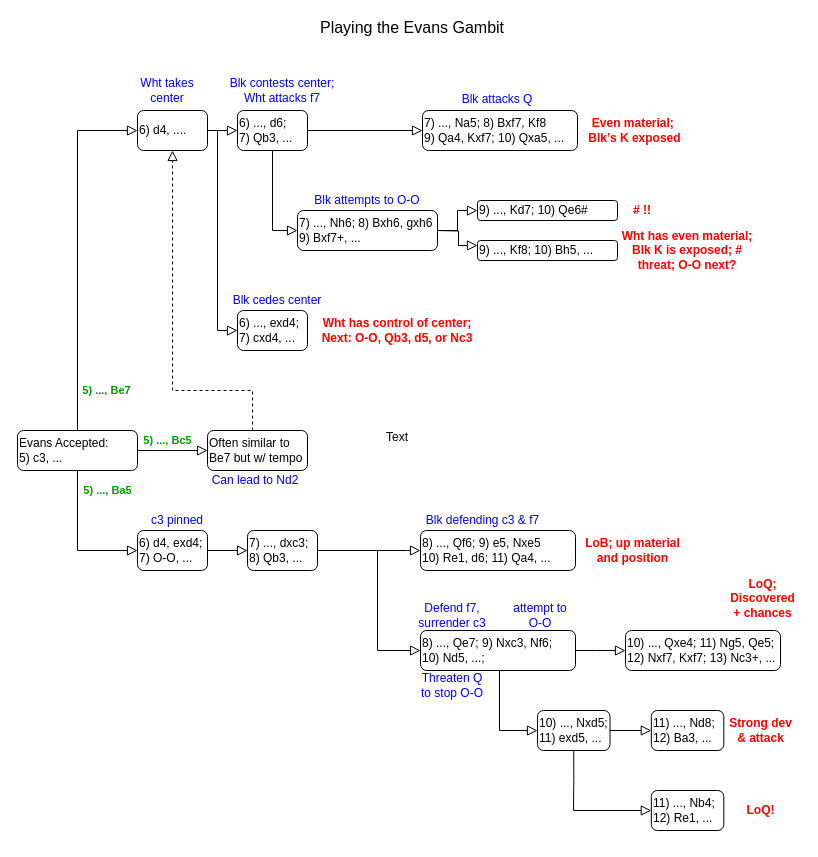
This is Evans - 20200628 v01.drawio from tsnellgrove/draw.io, a draw.io file, before an edit. Source tidied: cells renumbered, new cells numbered last; positions are measured from the earlier drawing's top-left corner, leaving out a move shared by most shapes. Both pictures are drawn from the tidied source at 100%, with x=0, y=0 at pixel (17, 17).
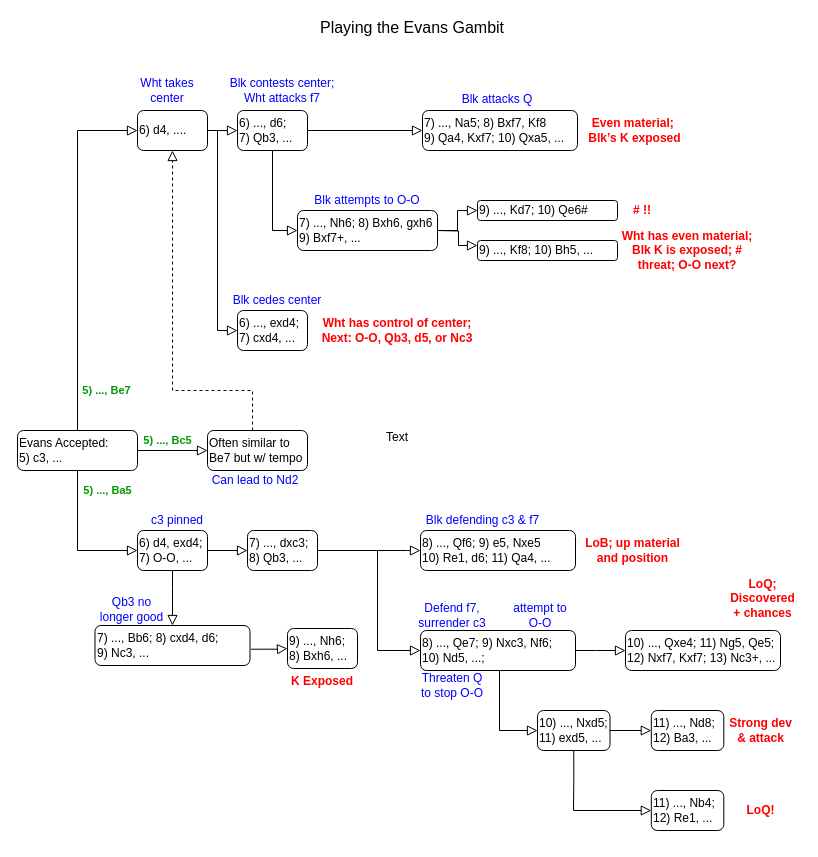
The same page after the edit.

Unchanged cells that the change refers to:
```xml
<mxCell id="30" value="&lt;div&gt;6) d4, exd4;&lt;/div&gt;&lt;div&gt;7) O-O, ...&lt;br&gt; &lt;/div&gt;" style="rounded=1;whiteSpace=wrap;html=1;fontSize=12;glass=0;strokeWidth=1;shadow=0;align=left;" parent="1" vertex="1">
  <mxGeometry x="120" y="513" width="70" height="40" as="geometry" />
</mxCell>
```

Change to the diagram source:
```diff
@@
+    <mxCell id="57" value="7) ..., Bb6; 8) cxd4, d6;&lt;br&gt;9) Nc3, ..." style="rounded=1;whiteSpace=wrap;html=1;fontSize=12;glass=0;strokeWidth=1;shadow=0;align=left;" parent="1" vertex="1">
+      <mxGeometry x="77.5" y="608" width="155" height="40" as="geometry" />
+    </mxCell>
+    <mxCell id="58" style="rounded=0;html=1;jettySize=auto;fontSize=11;endArrow=block;endFill=0;endSize=8;strokeWidth=1;shadow=0;labelBackgroundColor=none;edgeStyle=orthogonalEdgeStyle;exitX=0.5;exitY=1;exitDx=0;exitDy=0;entryX=0.5;entryY=0;entryDx=0;entryDy=0;" parent="1" edge="1" source="30" target="57">
+      <mxGeometry relative="1" as="geometry">
+        <Array as="points">
+          <mxPoint x="155" y="570" />
+          <mxPoint x="155" y="570" />
+        </Array>
+      </mxGeometry>
+    </mxCell>
+    <mxCell id="59" value="Qb3 no longer good" style="text;html=1;strokeColor=none;fillColor=none;align=center;verticalAlign=middle;whiteSpace=wrap;rounded=0;fontColor=#0000FF;" parent="1" vertex="1">
+      <mxGeometry x="77.5" y="582" width="72.5" height="20" as="geometry" />
+    </mxCell>
+    <mxCell id="60" value="&lt;div&gt;9) ..., Nh6;&lt;/div&gt;&lt;div&gt;8) Bxh6, ...&lt;br&gt; &lt;/div&gt;" style="rounded=1;whiteSpace=wrap;html=1;fontSize=12;glass=0;strokeWidth=1;shadow=0;align=left;" parent="1" vertex="1">
+      <mxGeometry x="270" y="611" width="70" height="40" as="geometry" />
+    </mxCell>
+    <mxCell id="61" style="rounded=0;html=1;jettySize=auto;fontSize=11;endArrow=block;endFill=0;endSize=8;strokeWidth=1;shadow=0;labelBackgroundColor=none;edgeStyle=orthogonalEdgeStyle;exitX=1.005;exitY=0.593;exitDx=0;exitDy=0;exitPerimeter=0;" parent="1" edge="1" source="57">
+      <mxGeometry relative="1" as="geometry">
+        <mxPoint x="270" y="631" as="targetPoint" />
+        <Array as="points">
+          <mxPoint x="260" y="632" />
+        </Array>
+      </mxGeometry>
+    </mxCell>
+    <mxCell id="62" value="K Exposed" style="text;html=1;strokeColor=none;fillColor=none;align=center;verticalAlign=middle;whiteSpace=wrap;rounded=0;fontColor=#FF0000;fontStyle=1;" parent="1" vertex="1">
+      <mxGeometry x="270" y="651" width="70" height="25.5" as="geometry" />
+    </mxCell>
```
